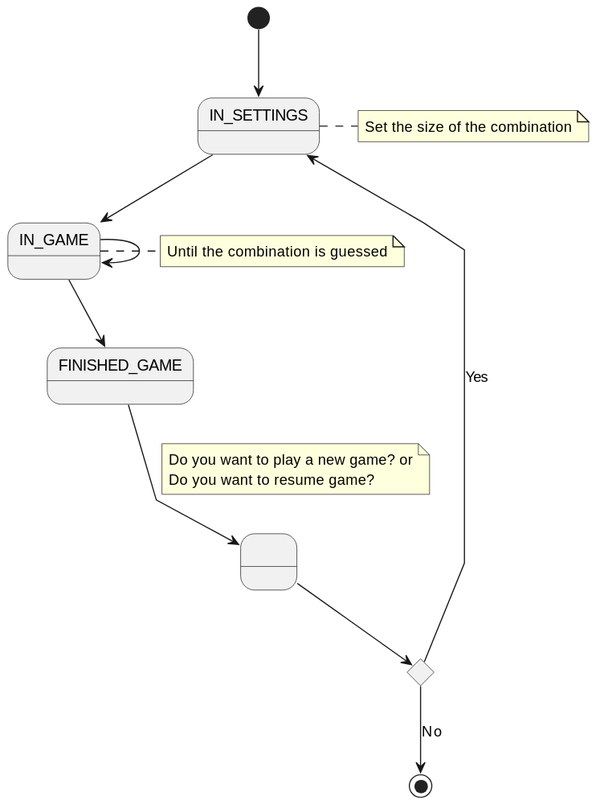
Before: docs/images/1-requeriments/1-actors-use-cases/use-cases-context.svg, a diagram exported from PlantUML (vfred0/mastermind).
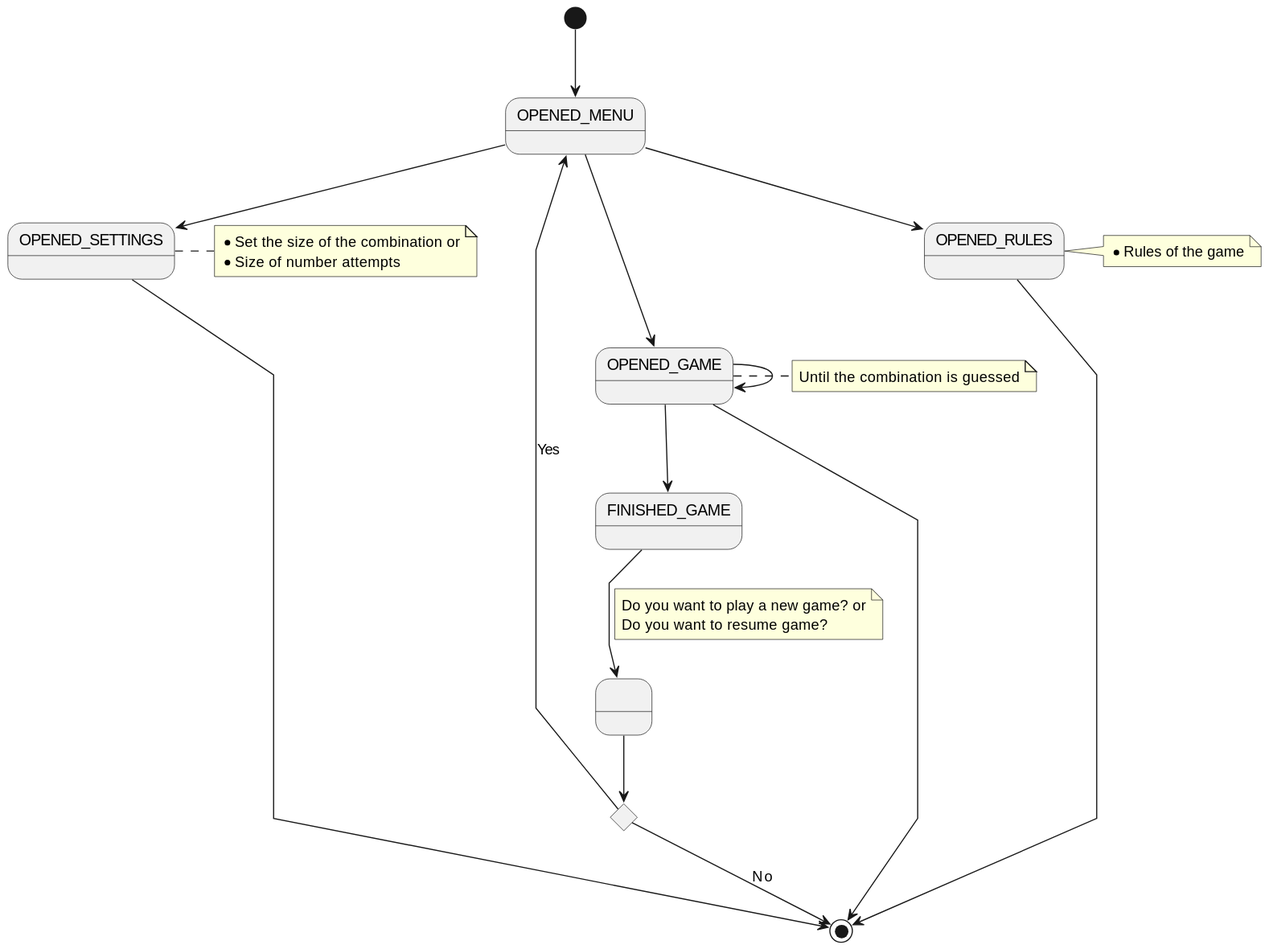
The same file after the commit.

The edit, as a diff of the source:
```diff
@@ -3,19 +3,28 @@
 state isResume <<choice>>
 state question as " "
 
-[*] --> IN_SETTINGS
-note right of IN_SETTINGS : Set the size of the combination
+[*] --> OPENED_MENU
 
-IN_GAME --> IN_GAME
-note right of IN_GAME : Until the combination is guessed
+OPENED_MENU --> OPENED_SETTINGS
+note right of OPENED_SETTINGS : *Set the size of the combination or \n*Size of number attempts
 
-IN_SETTINGS --> IN_GAME
-IN_GAME --> FINISHED_GAME
+OPENED_MENU ---> OPENED_GAME
+
+OPENED_MENU --> OPENED_RULES
+note right of OPENED_RULES : *Rules of the game
+
+OPENED_GAME --> OPENED_GAME
+note right of OPENED_GAME : Until the combination is guessed
+
+OPENED_GAME --> FINISHED_GAME
 
 FINISHED_GAME --> question
 note on link : Do you want to play a new game? or\nDo you want to resume game?
 
 question --> isResume
-isResume --> IN_SETTINGS : Yes
+isResume --> OPENED_MENU : Yes
 isResume --> [*] : No
+OPENED_GAME --> [*]
+OPENED_SETTINGS --> [*]
+OPENED_RULES --> [*]
 @enduml
```
